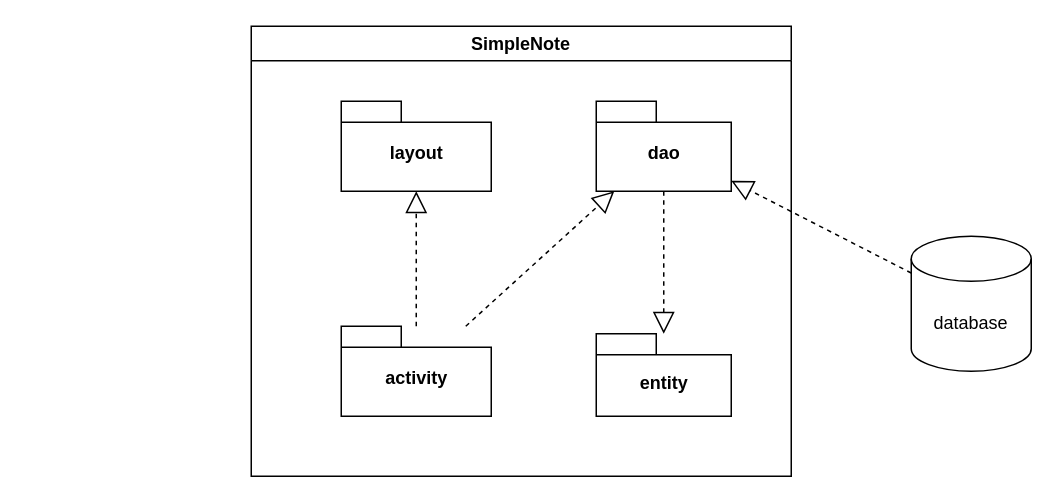
Before: SimpleNotePackage.drawio in GroupXAndroid/SimpleNote, a draw.io diagram. Source tidied: cells renumbered, new cells numbered last; positions are measured from the earlier drawing's top-left corner, leaving out a move shared by most shapes. Both pictures are drawn from the tidied source at 150%, with x=0, y=0 at pixel (250, 26).
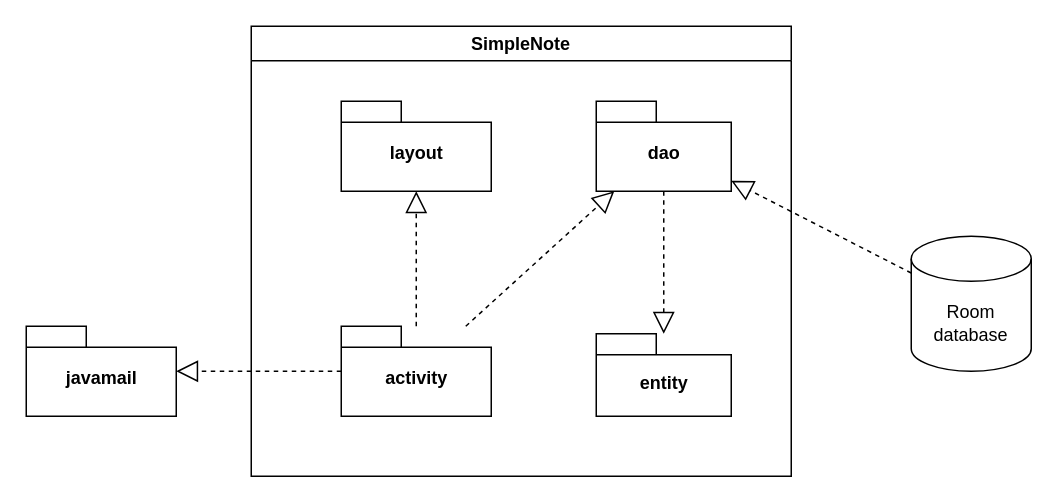
Above is the later version.

Diff of the diagram source:
```diff
@@
 <mxGraphModel>
   <root>
     <mxCell id="0" />
     <mxCell id="1" parent="0" />
-    <mxCell id="2" value="database" style="shape=cylinder3;whiteSpace=wrap;html=1;boundedLbl=1;backgroundOutline=1;size=15;" parent="1" vertex="1">
+    <mxCell id="2" value="Room database" style="shape=cylinder3;whiteSpace=wrap;html=1;boundedLbl=1;backgroundOutline=1;size=15;" parent="1" vertex="1">
       <mxGeometry x="440" y="140" width="80" height="90" as="geometry" />
     </mxCell>
     <mxCell id="3" value="SimpleNote" style="swimlane;" parent="1" vertex="1">
       <mxGeometry width="360" height="300" as="geometry" />
     </mxCell>
     <mxCell id="4" value="layout" style="shape=folder;fontStyle=1;spacingTop=10;tabWidth=40;tabHeight=14;tabPosition=left;html=1;" parent="3" vertex="1">
       <mxGeometry x="60" y="50" width="100" height="60" as="geometry" />
     </mxCell>
     <mxCell id="5" value="activity" style="shape=folder;fontStyle=1;spacingTop=10;tabWidth=40;tabHeight=14;tabPosition=left;html=1;" parent="3" vertex="1">
       <mxGeometry x="60" y="200" width="100" height="60" as="geometry" />
     </mxCell>
     <mxCell id="6" style="endArrow=block;dashed=1;endFill=0;endSize=12;html=1;rounded=0;" parent="3" edge="1" source="5" target="4">
       <mxGeometry relative="1" as="geometry" />
     </mxCell>
     <mxCell id="7" value="dao" style="shape=folder;fontStyle=1;spacingTop=10;tabWidth=40;tabHeight=14;tabPosition=left;html=1;" parent="3" vertex="1">
       <mxGeometry x="230" y="50" width="90" height="60" as="geometry" />
     </mxCell>
     <mxCell id="8" style="endArrow=block;dashed=1;endFill=0;endSize=12;html=1;rounded=0;" parent="3" edge="1" source="5" target="7">
       <mxGeometry relative="1" as="geometry" />
     </mxCell>
     <mxCell id="9" value="entity" style="shape=folder;fontStyle=1;spacingTop=10;tabWidth=40;tabHeight=14;tabPosition=left;html=1;" parent="3" vertex="1">
       <mxGeometry x="230" y="205" width="90" height="55" as="geometry" />
     </mxCell>
     <mxCell id="10" style="endArrow=block;dashed=1;endFill=0;endSize=12;html=1;rounded=0;" parent="3" edge="1" source="7" target="9">
       <mxGeometry relative="1" as="geometry" />
     </mxCell>
     <mxCell id="11" style="endArrow=block;dashed=1;endFill=0;endSize=12;html=1;rounded=0;" parent="1" edge="1" source="2" target="7">
       <mxGeometry relative="1" as="geometry" />
     </mxCell>
+    <mxCell id="12" value="javamail" style="shape=folder;fontStyle=1;spacingTop=10;tabWidth=40;tabHeight=14;tabPosition=left;html=1;" parent="1" vertex="1">
+      <mxGeometry x="-150" y="200" width="100" height="60" as="geometry" />
+    </mxCell>
+    <mxCell id="13" style="endArrow=block;dashed=1;endFill=0;endSize=12;html=1;rounded=0;" parent="1" edge="1" source="5" target="12">
+      <mxGeometry relative="1" as="geometry" />
+    </mxCell>
   </root>
 </mxGraphModel>
```
